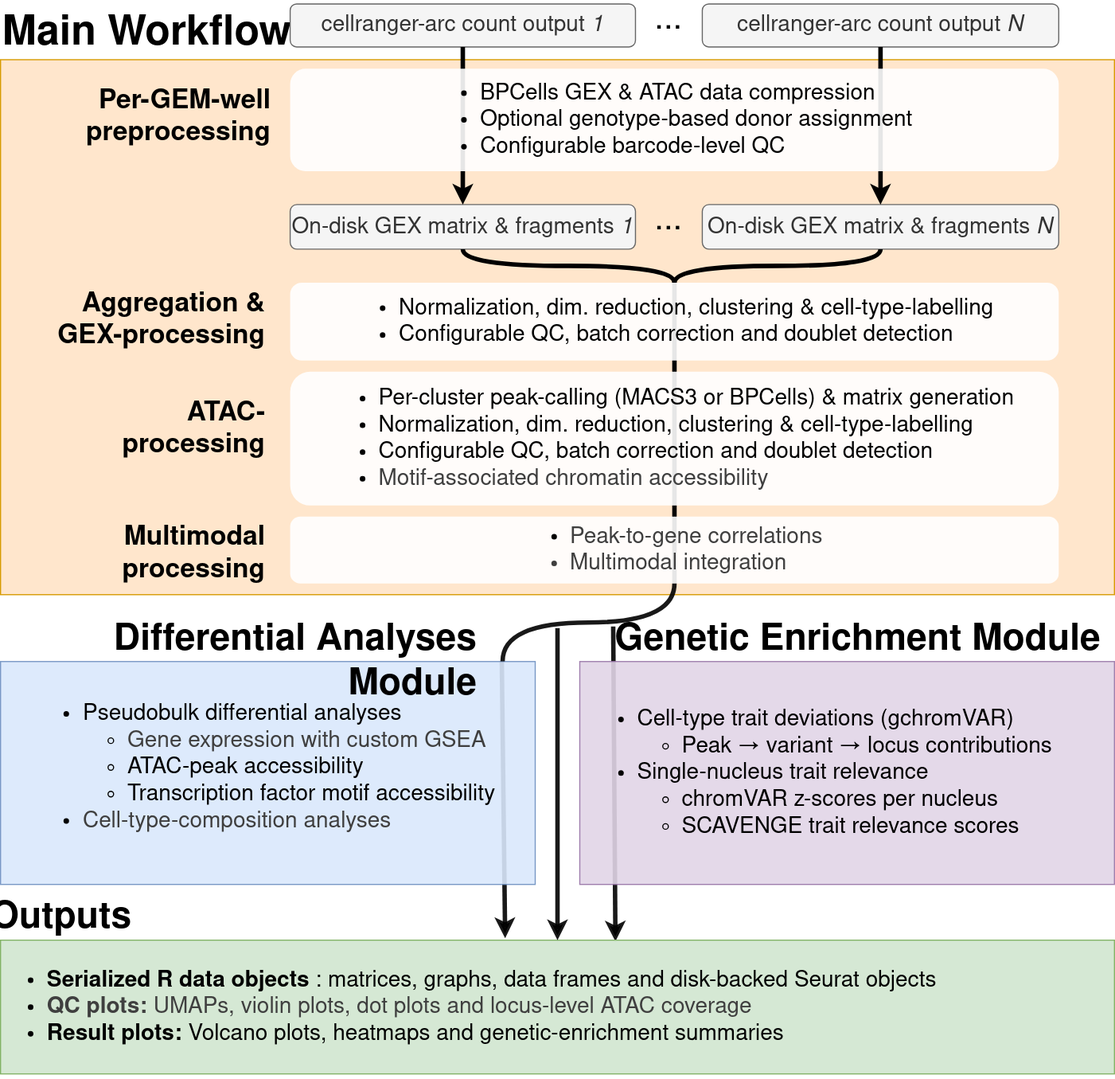
koefoeden/multiomeR keeps this draw.io diagram as website/figures/multiomeR_overview_simplified.drawio.svg. Above is the earlier version. Source tidied: cells renumbered, new cells last; positions are measured from the earlier drawing's top-left corner, leaving out a move shared by most shapes.
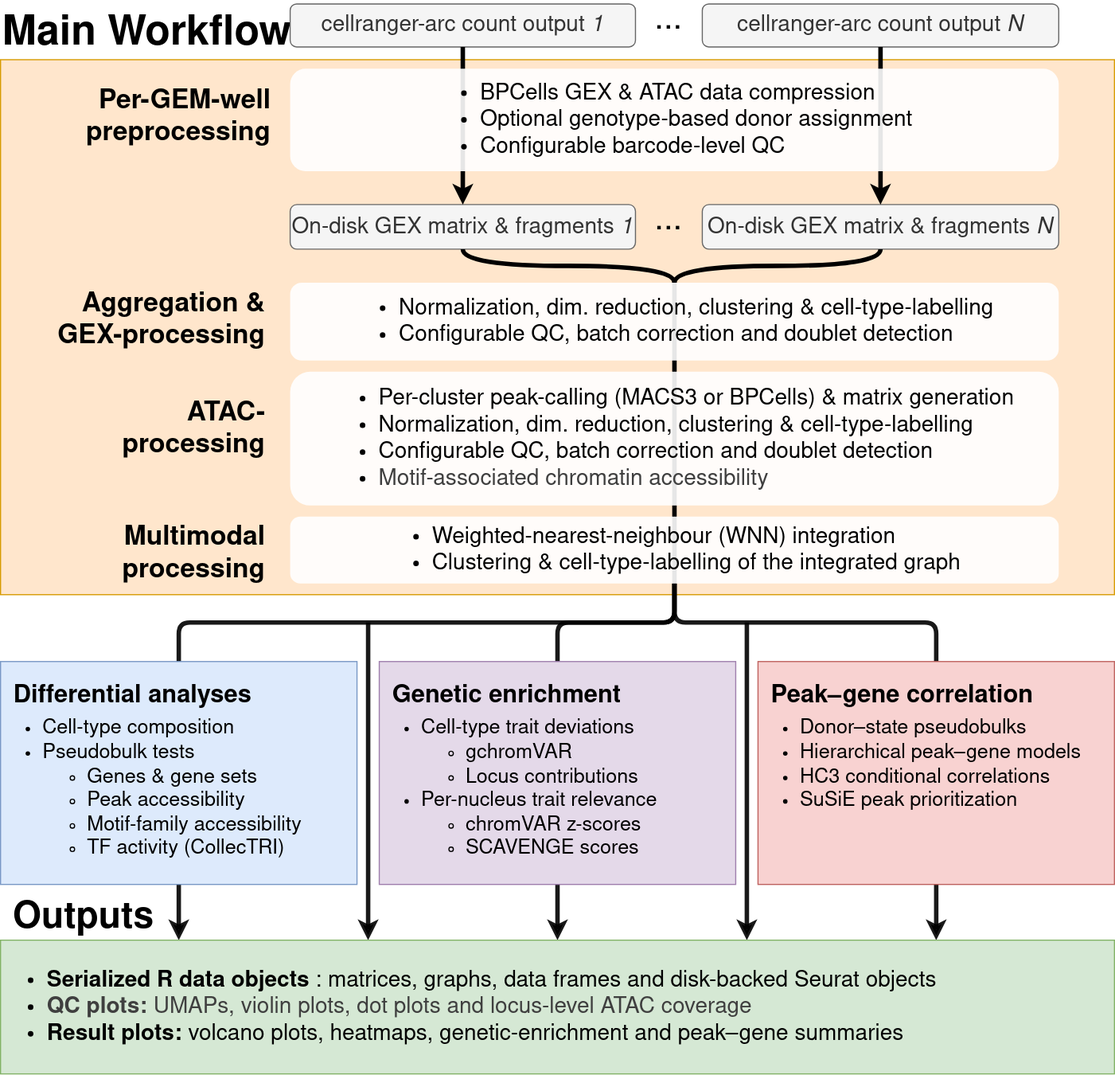
After the commit.

Commit message:
Show peak–gene correlation as the third optional module

What changed in the source:
```diff
@@ -8,19 +8,11 @@
     <mxCell id="3" style="edgeStyle=none;html=1;exitX=0.5;exitY=1;exitDx=0;exitDy=0;entryX=0.5;entryY=1;entryDx=0;entryDy=0;strokeWidth=4;endArrow=none;endFill=0;fontFamily=Nimbus Sans;" parent="1" edge="1" source="22" target="34">
       <mxGeometry relative="1" as="geometry" />
     </mxCell>
-    <mxCell id="4" style="html=1;fontSize=19;fillColor=#dae8fc;strokeColor=default;opacity=90;rounded=0;strokeWidth=4;exitX=0.5;exitY=1;exitDx=0;exitDy=0;entryX=0.453;entryY=-0.015;entryDx=0;entryDy=0;entryPerimeter=0;fontFamily=Nimbus Sans;" parent="1" edge="1" target="31">
-      <mxGeometry relative="1" as="geometry">
-        <mxPoint x="450" y="590" as="sourcePoint" />
-      </mxGeometry>
-    </mxCell>
-    <mxCell id="5" style="html=1;fontSize=19;fillColor=#dae8fc;strokeColor=default;opacity=90;rounded=0;strokeWidth=4;entryX=0.552;entryY=0.01;entryDx=0;entryDy=0;entryPerimeter=0;fontFamily=Nimbus Sans;exitX=0;exitY=0.25;exitDx=0;exitDy=0;" parent="1" edge="1" source="28" target="31">
-      <mxGeometry relative="1" as="geometry" />
-    </mxCell>
     <mxCell id="6" style="whiteSpace=wrap;html=1;rounded=0;fillColor=#e1d5e7;strokeColor=#9673a6;opacity=90;fontFamily=Nimbus Sans;" parent="1" vertex="1">
-      <mxGeometry x="520" y="590" width="480" height="200" as="geometry" />
+      <mxGeometry x="340" y="590" width="320" height="200" as="geometry" />
     </mxCell>
     <mxCell id="7" style="whiteSpace=wrap;html=1;rounded=0;fillColor=#dae8fc;strokeColor=#6c8ebf;opacity=90;fontFamily=Nimbus Sans;" parent="1" vertex="1">
-      <mxGeometry y="590" width="480" height="200" as="geometry" />
+      <mxGeometry y="590" width="320" height="200" as="geometry" />
     </mxCell>
     <mxCell id="8" value="&lt;span style=&quot;border-color: rgb(218, 220, 224); color: rgb(0, 0, 0); font-variant-ligatures: normal; font-variant-caps: normal; letter-spacing: normal; orphans: 2; text-indent: 0px; text-transform: none; widows: 2; word-spacing: 0px; -webkit-text-stroke-width: 0px; text-decoration-thickness: initial; text-decoration-style: initial; text-decoration-color: initial;&quot;&gt;&lt;font style=&quot;border-color: rgb(218, 220, 224);&quot;&gt;Per-GEM-well preprocessing&lt;/font&gt;&lt;/span&gt;" style="text;whiteSpace=wrap;html=1;fontSize=24;fontFamily=Nimbus Sans;shadow=0;align=right;fillColor=none;fontStyle=1;opacity=0;labelBackgroundColor=none;" parent="1" vertex="1">
       <mxGeometry x="25" y="68.1" width="220" height="81.9" as="geometry" />
@@ -31,14 +23,11 @@
     <mxCell id="10" value="&lt;span style=&quot;border-color: rgb(218, 220, 224); font-variant-ligatures: normal; font-variant-caps: normal; letter-spacing: normal; orphans: 2; text-indent: 0px; text-transform: none; widows: 2; word-spacing: 0px; -webkit-text-stroke-width: 0px; text-decoration-thickness: initial; text-decoration-style: initial; text-decoration-color: initial;&quot;&gt;&lt;font style=&quot;border-color: rgb(218, 220, 224);&quot;&gt;ATAC-&lt;br&gt;processing&lt;/font&gt;&lt;/span&gt;" style="text;whiteSpace=wrap;html=1;fontSize=24;align=right;shadow=0;fontStyle=1;opacity=0;fillColor=none;labelBackgroundColor=none;fontFamily=Nimbus Sans;fontColor=#000000;" parent="1" vertex="1">
       <mxGeometry x="10" y="348.1" width="230" height="111.9" as="geometry" />
     </mxCell>
-    <mxCell id="11" value="&lt;div&gt;&lt;ul&gt;&lt;li style=&quot;text-align: justify;&quot;&gt;&lt;font&gt;Pseudobulk differential analyses&lt;/font&gt;&lt;/li&gt;&lt;ul&gt;&lt;li style=&quot;text-align: justify;&quot;&gt;&lt;span style=&quot;color: rgb(63, 63, 63); background-color: transparent;&quot;&gt;&lt;font&gt;Gene expression with custom GSEA&lt;/font&gt;&lt;/span&gt;&lt;/li&gt;&lt;li style=&quot;text-align: justify;&quot;&gt;&lt;font&gt;ATAC-peak accessibility&lt;/font&gt;&lt;/li&gt;&lt;li style=&quot;text-align: justify;&quot;&gt;&lt;font&gt;Transcription factor motif accessibility&lt;/font&gt;&lt;/li&gt;&lt;/ul&gt;&lt;li style=&quot;text-align: justify;&quot;&gt;&lt;span style=&quot;color: rgb(63, 63, 63); background-color: transparent;&quot;&gt;&lt;font&gt;Cell-type-composition analyses&lt;/font&gt;&lt;/span&gt;&lt;/li&gt;&lt;/ul&gt;&lt;/div&gt;" style="rounded=1;whiteSpace=wrap;html=1;dashed=1;fillColor=none;strokeColor=none;opacity=90;fontSize=20;align=center;fontFamily=Nimbus Sans;" parent="1" vertex="1">
-      <mxGeometry x="17.5" y="600" width="445" height="170" as="geometry" />
+    <mxCell id="11" value="&lt;div style=&quot;font-size: 22px;&quot;&gt;&lt;b&gt;Differential analyses&lt;/b&gt;&lt;/div&gt;&lt;ul style=&quot;margin-top: 6px; margin-bottom: 0px; padding-left: 26px;&quot;&gt;&lt;li&gt;Cell-type composition&lt;/li&gt;&lt;li&gt;Pseudobulk tests&lt;/li&gt;&lt;ul&gt;&lt;li&gt;Genes &amp;amp; gene sets&lt;/li&gt;&lt;li&gt;Peak accessibility&lt;/li&gt;&lt;li&gt;Motif-family accessibility&lt;/li&gt;&lt;li&gt;TF activity (CollecTRI)&lt;/li&gt;&lt;/ul&gt;&lt;/ul&gt;" style="rounded=1;whiteSpace=wrap;html=1;dashed=1;fillColor=none;strokeColor=none;opacity=90;fontSize=18;align=left;verticalAlign=top;fontFamily=Nimbus Sans;" parent="1" vertex="1">
+      <mxGeometry x="10" y="595" width="300" height="190" as="geometry" />
     </mxCell>
-    <mxCell id="12" style="edgeStyle=orthogonalEdgeStyle;html=1;fontSize=19;fillColor=#dae8fc;strokeColor=default;opacity=90;rounded=0;strokeWidth=4;curved=1;endArrow=none;endFill=0;entryX=0.939;entryY=-0.001;entryDx=0;entryDy=0;entryPerimeter=0;fontFamily=Nimbus Sans;" parent="1" edge="1" source="34" target="7">
-      <mxGeometry relative="1" as="geometry" />
-    </mxCell>
-    <mxCell id="13" value="&lt;div&gt;&lt;ul&gt;&lt;li&gt;&lt;font&gt;Cell-type trait deviations (gchromVAR)&lt;/font&gt;&lt;/li&gt;&lt;ul&gt;&lt;li&gt;&lt;span&gt;Peak → variant → locus contributions&lt;/span&gt;&lt;/li&gt;&lt;/ul&gt;&lt;li&gt;&lt;font&gt;Single-nucleus trait relevance&lt;/font&gt;&lt;/li&gt;&lt;ul&gt;&lt;li&gt;&lt;span&gt;chromVAR z-scores per nucleus&lt;/span&gt;&lt;/li&gt;&lt;li&gt;&lt;font&gt;SCAVENGE trait relevance scores&lt;/font&gt;&lt;/li&gt;&lt;/ul&gt;&lt;/ul&gt;&lt;/div&gt;" style="rounded=1;whiteSpace=wrap;html=1;dashed=1;fillColor=none;strokeColor=none;opacity=90;fontSize=20;align=left;fontFamily=Nimbus Sans;" parent="1" vertex="1">
-      <mxGeometry x="530" y="605" width="460" height="170" as="geometry" />
+    <mxCell id="13" value="&lt;div style=&quot;font-size: 22px;&quot;&gt;&lt;b&gt;Genetic enrichment&lt;/b&gt;&lt;/div&gt;&lt;ul style=&quot;margin-top: 6px; margin-bottom: 0px; padding-left: 26px;&quot;&gt;&lt;li&gt;Cell-type trait deviations&lt;/li&gt;&lt;ul&gt;&lt;li&gt;gchromVAR&lt;/li&gt;&lt;li&gt;Locus contributions&lt;/li&gt;&lt;/ul&gt;&lt;li&gt;Per-nucleus trait relevance&lt;/li&gt;&lt;ul&gt;&lt;li&gt;chromVAR z-scores&lt;/li&gt;&lt;li&gt;SCAVENGE scores&lt;/li&gt;&lt;/ul&gt;&lt;/ul&gt;" style="rounded=1;whiteSpace=wrap;html=1;dashed=1;fillColor=none;strokeColor=none;opacity=90;fontSize=18;align=left;verticalAlign=top;fontFamily=Nimbus Sans;" parent="1" vertex="1">
+      <mxGeometry x="350" y="595" width="300" height="190" as="geometry" />
     </mxCell>
     <mxCell id="14" value="&lt;b style=&quot;border-color: rgb(218, 220, 224); color: rgb(0, 0, 0); font-variant-ligatures: normal; font-variant-caps: normal; letter-spacing: normal; orphans: 2; text-indent: 0px; text-transform: none; widows: 2; word-spacing: 0px; -webkit-text-stroke-width: 0px; text-decoration-thickness: initial; text-decoration-style: initial; text-decoration-color: initial;&quot;&gt;&lt;font style=&quot;border-color: rgb(218, 220, 224);&quot;&gt;Main Workflow&lt;/font&gt;&lt;/b&gt;" style="text;whiteSpace=wrap;html=1;fontSize=37;align=left;shadow=0;fontStyle=0;opacity=0;fillColor=none;labelBackgroundColor=none;fontFamily=Nimbus Sans;" parent="1" vertex="1">
       <mxGeometry width="310" height="50" as="geometry" />
@@ -82,31 +71,86 @@
     <mxCell id="27" value="&lt;div&gt;&lt;ul&gt;&lt;li style=&quot;text-align: left;&quot;&gt;&lt;font&gt;BPCells GEX &amp;amp; ATAC data compression&lt;/font&gt;&lt;/li&gt;&lt;li style=&quot;text-align: left;&quot;&gt;&lt;font&gt;Optional genotype-based donor assignment&lt;/font&gt;&lt;/li&gt;&lt;li style=&quot;text-align: left;&quot;&gt;&lt;font&gt;Configurable barcode-level QC&lt;/font&gt;&lt;/li&gt;&lt;/ul&gt;&lt;/div&gt;" style="rounded=1;whiteSpace=wrap;html=1;dashed=1;fillColor=default;strokeColor=none;opacity=90;spacing=2;fontSize=20;align=center;fontFamily=Nimbus Sans;" parent="1" vertex="1">
       <mxGeometry x="260" y="58.1" width="690" height="91.9" as="geometry" />
     </mxCell>
-    <mxCell id="28" value="&lt;span style=&quot;border-color: rgb(218, 220, 224); color: rgb(0, 0, 0); font-variant-ligatures: normal; font-variant-caps: normal; letter-spacing: normal; orphans: 2; text-indent: 0px; text-transform: none; widows: 2; word-spacing: 0px; -webkit-text-stroke-width: 0px; text-decoration-thickness: initial; text-decoration-style: initial; text-decoration-color: initial;&quot;&gt;&lt;font style=&quot;border-color: rgb(218, 220, 224);&quot;&gt;&lt;b&gt;Genetic Enrichment Module&lt;/b&gt;&lt;/font&gt;&lt;/span&gt;" style="text;whiteSpace=wrap;html=1;fontSize=33;align=right;shadow=0;opacity=0;fontStyle=0;labelBackgroundColor=none;fontFamily=Nimbus Sans;" parent="1" vertex="1">
-      <mxGeometry x="550" y="546" width="440" height="50" as="geometry" />
-    </mxCell>
-    <mxCell id="29" value="&lt;span style=&quot;border-color: rgb(218, 220, 224); color: rgb(0, 0, 0); font-variant-ligatures: normal; font-variant-caps: normal; letter-spacing: normal; orphans: 2; text-indent: 0px; text-transform: none; widows: 2; word-spacing: 0px; -webkit-text-stroke-width: 0px; text-decoration-thickness: initial; text-decoration-style: initial; text-decoration-color: initial;&quot;&gt;&lt;font style=&quot;border-color: rgb(218, 220, 224);&quot;&gt;&lt;b&gt;Differential Analyses Module&lt;/b&gt;&lt;/font&gt;&lt;/span&gt;" style="text;whiteSpace=wrap;html=1;fontSize=33;align=right;shadow=0;opacity=0;fontStyle=0;labelBackgroundColor=none;fontFamily=Nimbus Sans;" parent="1" vertex="1">
-      <mxGeometry x="10" y="546" width="420" height="50" as="geometry" />
-    </mxCell>
     <mxCell id="30" value="..." style="text;html=1;align=center;verticalAlign=middle;whiteSpace=wrap;rounded=0;fontSize=30;fontFamily=Nimbus Sans;" parent="1" vertex="1">
       <mxGeometry x="570" width="60" height="30" as="geometry" />
     </mxCell>
-    <mxCell id="31" value="&lt;ul&gt;&lt;li&gt;&lt;b&gt;Serialized R data objects&lt;/b&gt;: matrices, graphs, data frames and disk-backed Seurat objects&lt;/li&gt;&lt;li&gt;&lt;b style=&quot;color: rgb(63, 63, 63); background-color: transparent;&quot;&gt;QC plots:&lt;/b&gt;&lt;span style=&quot;color: rgb(63, 63, 63); background-color: transparent;&quot;&gt;&amp;nbsp;UMAPs, violin plots, dot plots and locus-level ATAC coverage&lt;/span&gt;&lt;/li&gt;&lt;li&gt;&lt;b&gt;Result plots: &lt;/b&gt;Volcano plots, heatmaps and genetic-enrichment summaries&lt;/li&gt;&lt;/ul&gt;" style="rounded=0;whiteSpace=wrap;html=1;shadow=0;fillColor=#d5e8d4;strokeColor=#82b366;fontSize=20;align=left;fontFamily=Nimbus Sans;" parent="1" vertex="1">
+    <mxCell id="31" value="&lt;ul&gt;&lt;li&gt;&lt;b&gt;Serialized R data objects&lt;/b&gt;: matrices, graphs, data frames and disk-backed Seurat objects&lt;/li&gt;&lt;li&gt;&lt;b style=&quot;color: rgb(63, 63, 63); background-color: transparent;&quot;&gt;QC plots:&lt;/b&gt;&lt;span style=&quot;color: rgb(63, 63, 63); background-color: transparent;&quot;&gt;&amp;nbsp;UMAPs, violin plots, dot plots and locus-level ATAC coverage&lt;/span&gt;&lt;/li&gt;&lt;li&gt;&lt;b&gt;Result plots: &lt;/b&gt;volcano plots, heatmaps, genetic-enrichment and peak–gene summaries&lt;/li&gt;&lt;/ul&gt;" style="rounded=0;whiteSpace=wrap;html=1;shadow=0;fillColor=#d5e8d4;strokeColor=#82b366;fontSize=20;align=left;fontFamily=Nimbus Sans;" parent="1" vertex="1">
       <mxGeometry y="840" width="1000" height="120" as="geometry" />
     </mxCell>
-    <mxCell id="32" style="html=1;fontSize=19;fillColor=#dae8fc;strokeColor=default;opacity=90;rounded=0;strokeWidth=4;entryX=0.5;entryY=0;entryDx=0;entryDy=0;endSize=6;fontFamily=Nimbus Sans;" parent="1" edge="1" target="31">
-      <mxGeometry relative="1" as="geometry">
-        <mxPoint x="500" y="560" as="sourcePoint" />
-      </mxGeometry>
-    </mxCell>
     <mxCell id="33" value="&lt;b&gt;Outputs&lt;/b&gt;" style="text;whiteSpace=wrap;html=1;fontSize=33;align=right;shadow=0;opacity=0;fontStyle=0;labelBackgroundColor=none;fontFamily=Nimbus Sans;" parent="1" vertex="1">
-      <mxGeometry y="795" width="120" height="50" as="geometry" />
+      <mxGeometry y="795" width="140" height="50" as="geometry" />
     </mxCell>
-    <mxCell id="34" value="&lt;ul&gt;&lt;li style=&quot;text-align: left;&quot;&gt;&lt;span style=&quot;color: rgb(63, 63, 63); background-color: transparent;&quot;&gt;Peak-to-gene correlations&lt;/span&gt;&lt;/li&gt;&lt;li style=&quot;color: rgb(63, 63, 63); scrollbar-color: rgb(226, 226, 226) rgb(251, 251, 251); text-align: left;&quot;&gt;&lt;span style=&quot;color: rgb(63, 63, 63); scrollbar-color: rgb(226, 226, 226) rgb(251, 251, 251);&quot;&gt;&lt;font&gt;Multimodal integration&lt;/font&gt;&lt;/span&gt;&lt;/li&gt;&lt;/ul&gt;" style="rounded=1;whiteSpace=wrap;html=1;dashed=1;fillColor=default;strokeColor=none;opacity=90;fontSize=20;fontFamily=Nimbus Sans;" parent="1" vertex="1">
+    <mxCell id="34" value="&lt;ul&gt;&lt;li style=&quot;text-align: left;&quot;&gt;Weighted-nearest-neighbour (WNN) integration&lt;/li&gt;&lt;li style=&quot;text-align: left;&quot;&gt;Clustering &amp;amp; cell-type-labelling of the integrated graph&lt;/li&gt;&lt;/ul&gt;" style="rounded=1;whiteSpace=wrap;html=1;dashed=1;fillColor=default;strokeColor=none;opacity=90;fontSize=20;fontFamily=Nimbus Sans;" parent="1" vertex="1">
       <mxGeometry x="260" y="460" width="690" height="60" as="geometry" />
     </mxCell>
     <mxCell id="35" value="&lt;span style=&quot;border-color: rgb(218, 220, 224); font-variant-ligatures: normal; font-variant-caps: normal; letter-spacing: normal; orphans: 2; text-indent: 0px; text-transform: none; widows: 2; word-spacing: 0px; -webkit-text-stroke-width: 0px; text-decoration-thickness: initial; text-decoration-style: initial; text-decoration-color: initial;&quot;&gt;&lt;font style=&quot;border-color: rgb(218, 220, 224);&quot;&gt;Multimodal processing&lt;/font&gt;&lt;/span&gt;" style="text;whiteSpace=wrap;html=1;fontSize=24;align=right;shadow=0;fontStyle=1;opacity=0;fillColor=none;labelBackgroundColor=none;fontFamily=Nimbus Sans;fontColor=#000000;" parent="1" vertex="1">
       <mxGeometry x="10" y="460" width="230" height="111.9" as="geometry" />
     </mxCell>
+    <mxCell id="36" style="whiteSpace=wrap;html=1;rounded=0;fillColor=#f8cecc;strokeColor=#b85450;opacity=90;fontFamily=Nimbus Sans;" parent="1" vertex="1">
+      <mxGeometry x="680" y="590" width="320" height="200" as="geometry" />
+    </mxCell>
+    <mxCell id="37" value="&lt;div style=&quot;font-size: 22px;&quot;&gt;&lt;b&gt;Peak–gene correlation&lt;/b&gt;&lt;/div&gt;&lt;ul style=&quot;margin-top: 6px; margin-bottom: 0px; padding-left: 26px;&quot;&gt;&lt;li&gt;Donor–state pseudobulks&lt;/li&gt;&lt;li&gt;Hierarchical peak–gene models&lt;/li&gt;&lt;li&gt;HC3 conditional correlations&lt;/li&gt;&lt;li&gt;SuSiE peak prioritization&lt;/li&gt;&lt;/ul&gt;" style="rounded=1;whiteSpace=wrap;html=1;dashed=1;fillColor=none;strokeColor=none;opacity=90;fontSize=18;align=left;verticalAlign=top;fontFamily=Nimbus Sans;" parent="1" vertex="1">
+      <mxGeometry x="690" y="595" width="300" height="190" as="geometry" />
+    </mxCell>
+    <mxCell id="38" style="html=1;fontSize=19;strokeColor=default;opacity=90;strokeWidth=4;fontFamily=Nimbus Sans;rounded=1;endArrow=none;endFill=0;" parent="1" edge="1">
+      <mxGeometry relative="1" as="geometry">
+        <mxPoint x="605" y="520" as="sourcePoint" />
+        <mxPoint x="160" y="590" as="targetPoint" />
+        <Array as="points">
+          <mxPoint x="605" y="555" />
+          <mxPoint x="160" y="555" />
+        </Array>
+      </mxGeometry>
+    </mxCell>
+    <mxCell id="39" style="html=1;fontSize=19;strokeColor=default;opacity=90;strokeWidth=4;fontFamily=Nimbus Sans;rounded=1;endArrow=none;endFill=0;" parent="1" edge="1">
+      <mxGeometry relative="1" as="geometry">
+        <mxPoint x="605" y="520" as="sourcePoint" />
+        <mxPoint x="500" y="590" as="targetPoint" />
+        <Array as="points">
+          <mxPoint x="605" y="555" />
+          <mxPoint x="500" y="555" />
+        </Array>
+      </mxGeometry>
+    </mxCell>
+    <mxCell id="40" style="html=1;fontSize=19;strokeColor=default;opacity=90;strokeWidth=4;fontFamily=Nimbus Sans;rounded=1;endArrow=none;endFill=0;" parent="1" edge="1">
+      <mxGeometry relative="1" as="geometry">
+        <mxPoint x="605" y="520" as="sourcePoint" />
+        <mxPoint x="840" y="590" as="targetPoint" />
+        <Array as="points">
+          <mxPoint x="605" y="555" />
+          <mxPoint x="840" y="555" />
+        </Array>
+      </mxGeometry>
+    </mxCell>
+    <mxCell id="41" style="html=1;fontSize=19;strokeColor=default;opacity=90;strokeWidth=4;fontFamily=Nimbus Sans;rounded=0;" parent="1" edge="1">
+      <mxGeometry relative="1" as="geometry">
+        <mxPoint x="330" y="555" as="sourcePoint" />
+        <mxPoint x="330" y="840" as="targetPoint" />
+      </mxGeometry>
+    </mxCell>
+    <mxCell id="42" style="html=1;fontSize=19;strokeColor=default;opacity=90;strokeWidth=4;fontFamily=Nimbus Sans;rounded=0;" parent="1" edge="1">
+      <mxGeometry relative="1" as="geometry">
+        <mxPoint x="670" y="555" as="sourcePoint" />
+        <mxPoint x="670" y="840" as="targetPoint" />
+      </mxGeometry>
+    </mxCell>
+    <mxCell id="43" style="html=1;fontSize=19;strokeColor=default;opacity=90;strokeWidth=4;fontFamily=Nimbus Sans;rounded=0;" parent="1" edge="1">
+      <mxGeometry relative="1" as="geometry">
+        <mxPoint x="160" y="790" as="sourcePoint" />
+        <mxPoint x="160" y="840" as="targetPoint" />
+      </mxGeometry>
+    </mxCell>
+    <mxCell id="44" style="html=1;fontSize=19;strokeColor=default;opacity=90;strokeWidth=4;fontFamily=Nimbus Sans;rounded=0;" parent="1" edge="1">
+      <mxGeometry relative="1" as="geometry">
+        <mxPoint x="500" y="790" as="sourcePoint" />
+        <mxPoint x="500" y="840" as="targetPoint" />
+      </mxGeometry>
+    </mxCell>
+    <mxCell id="45" style="html=1;fontSize=19;strokeColor=default;opacity=90;strokeWidth=4;fontFamily=Nimbus Sans;rounded=0;" parent="1" edge="1">
+      <mxGeometry relative="1" as="geometry">
+        <mxPoint x="840" y="790" as="sourcePoint" />
+        <mxPoint x="840" y="840" as="targetPoint" />
+      </mxGeometry>
+    </mxCell>
   </root>
 </mxGraphModel>
```
